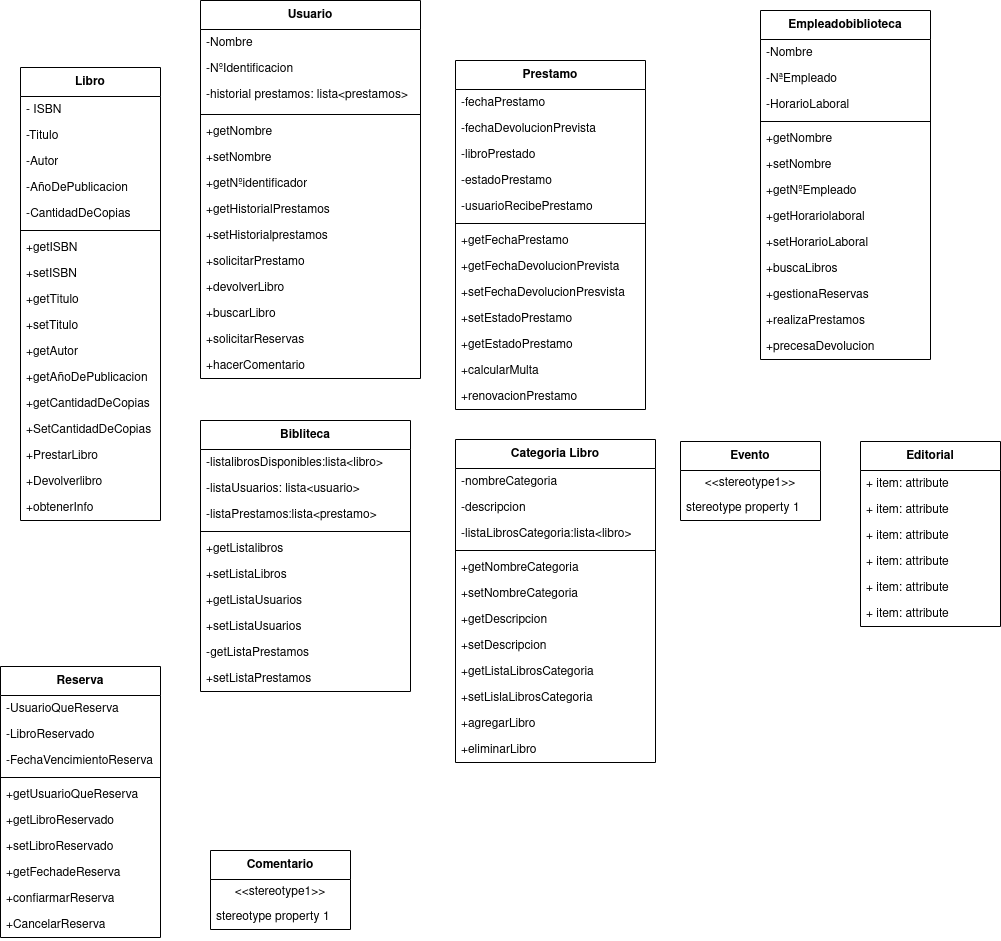
Earlier version of the draw.io export practicas/DiagramaDeClasesProyecto.png (adogonz23/programacion). Source tidied: cells renumbered, new cells last; positions are measured from the earlier drawing's top-left corner, leaving out a move shared by most shapes.
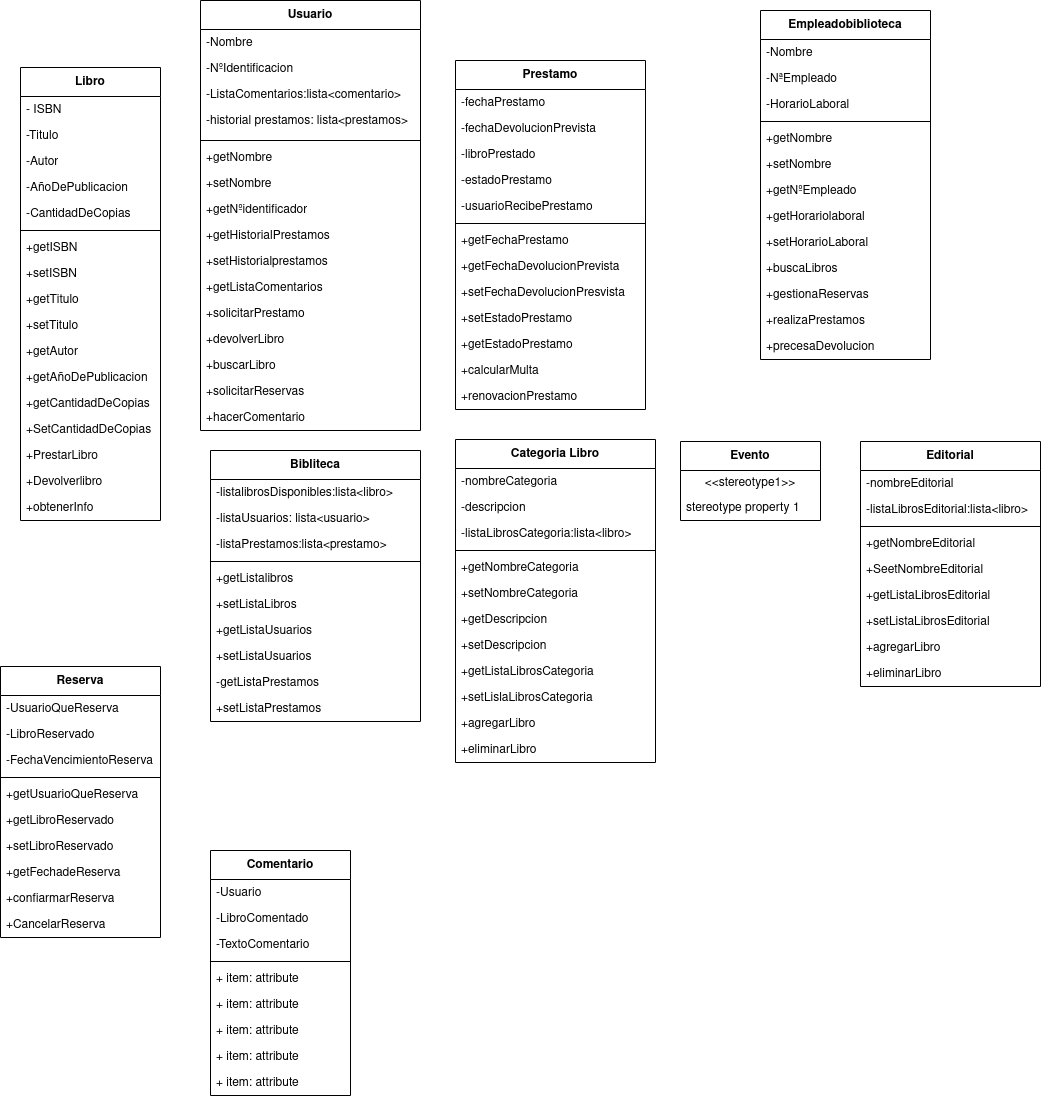
Later version of the same file.

What changed in the source:
```diff
@@ -3,7 +3,7 @@
     <mxCell id="0" />
     <mxCell id="1" parent="0" />
     <mxCell id="2" value="Bibliteca" style="swimlane;fontStyle=1;align=center;verticalAlign=middle;horizontal=1;startSize=29;html=1;whiteSpace=wrap;" parent="1" vertex="1">
-      <mxGeometry x="200" y="420" width="210" height="271" as="geometry" />
+      <mxGeometry x="210" y="450" width="210" height="271" as="geometry" />
     </mxCell>
     <mxCell id="3" value="-listalibrosDisponibles:lista&amp;lt;libro&amp;gt;" style="text;strokeColor=none;fillColor=none;align=left;verticalAlign=top;spacingLeft=4;spacingRight=4;overflow=hidden;whiteSpace=wrap;html=1;" parent="2" vertex="1">
       <mxGeometry y="29" width="210" height="26" as="geometry" />
@@ -78,7 +78,7 @@
       <mxGeometry y="323" width="190" height="26" as="geometry" />
     </mxCell>
     <mxCell id="27" value="Usuario" style="swimlane;fontStyle=1;align=center;verticalAlign=middle;horizontal=1;startSize=29;html=1;whiteSpace=wrap;" parent="1" vertex="1">
-      <mxGeometry x="200" width="220" height="378" as="geometry" />
+      <mxGeometry x="200" width="220" height="430" as="geometry" />
     </mxCell>
     <mxCell id="28" value="-Nombre" style="text;strokeColor=none;fillColor=none;align=left;verticalAlign=top;spacingLeft=4;spacingRight=4;overflow=hidden;whiteSpace=wrap;html=1;" parent="27" vertex="1">
       <mxGeometry y="29" width="220" height="26" as="geometry" />
@@ -86,41 +86,47 @@
     <mxCell id="29" value="-NºIdentificacion" style="text;strokeColor=none;fillColor=none;align=left;verticalAlign=top;spacingLeft=4;spacingRight=4;overflow=hidden;whiteSpace=wrap;html=1;" parent="27" vertex="1">
       <mxGeometry y="55" width="220" height="26" as="geometry" />
     </mxCell>
+    <mxCell id="111" value="-ListaComentarios:lista&amp;lt;comentario&amp;gt;" style="text;strokeColor=none;fillColor=none;align=left;verticalAlign=top;spacingLeft=4;spacingRight=4;overflow=hidden;whiteSpace=wrap;html=1;" parent="27" vertex="1">
+      <mxGeometry y="81" width="220" height="26" as="geometry" />
+    </mxCell>
     <mxCell id="30" value="-historial prestamos: lista&amp;lt;prestamos&amp;gt;" style="text;strokeColor=none;fillColor=none;align=left;verticalAlign=top;spacingLeft=4;spacingRight=4;overflow=hidden;whiteSpace=wrap;html=1;" parent="27" vertex="1">
-      <mxGeometry y="81" width="220" height="29" as="geometry" />
+      <mxGeometry y="107" width="220" height="29" as="geometry" />
     </mxCell>
     <mxCell id="31" style="line;strokeWidth=1;fillColor=none;align=left;verticalAlign=middle;spacingTop=-1;spacingLeft=3;spacingRight=3;labelPosition=right;strokeColor=inherit;" parent="27" vertex="1">
-      <mxGeometry y="110" width="220" height="8" as="geometry" />
+      <mxGeometry y="136" width="220" height="8" as="geometry" />
     </mxCell>
     <mxCell id="32" value="+getNombre" style="text;strokeColor=none;fillColor=none;align=left;verticalAlign=top;spacingLeft=4;spacingRight=4;overflow=hidden;whiteSpace=wrap;html=1;" parent="27" vertex="1">
-      <mxGeometry y="118" width="220" height="26" as="geometry" />
+      <mxGeometry y="144" width="220" height="26" as="geometry" />
     </mxCell>
     <mxCell id="33" value="+setNombre" style="text;strokeColor=none;fillColor=none;align=left;verticalAlign=top;spacingLeft=4;spacingRight=4;overflow=hidden;whiteSpace=wrap;html=1;" parent="27" vertex="1">
-      <mxGeometry y="144" width="220" height="26" as="geometry" />
+      <mxGeometry y="170" width="220" height="26" as="geometry" />
     </mxCell>
     <mxCell id="34" value="+getNºidentificador" style="text;strokeColor=none;fillColor=none;align=left;verticalAlign=top;spacingLeft=4;spacingRight=4;overflow=hidden;whiteSpace=wrap;html=1;" parent="27" vertex="1">
-      <mxGeometry y="170" width="220" height="26" as="geometry" />
+      <mxGeometry y="196" width="220" height="26" as="geometry" />
     </mxCell>
     <mxCell id="35" value="+getHistorialPrestamos" style="text;strokeColor=none;fillColor=none;align=left;verticalAlign=top;spacingLeft=4;spacingRight=4;overflow=hidden;whiteSpace=wrap;html=1;" parent="27" vertex="1">
-      <mxGeometry y="196" width="220" height="26" as="geometry" />
+      <mxGeometry y="222" width="220" height="26" as="geometry" />
     </mxCell>
     <mxCell id="36" value="+setHistorialprestamos" style="text;strokeColor=none;fillColor=none;align=left;verticalAlign=top;spacingLeft=4;spacingRight=4;overflow=hidden;whiteSpace=wrap;html=1;" parent="27" vertex="1">
-      <mxGeometry y="222" width="220" height="26" as="geometry" />
+      <mxGeometry y="248" width="220" height="26" as="geometry" />
     </mxCell>
+    <mxCell id="112" value="+getListaComentarios" style="text;strokeColor=none;fillColor=none;align=left;verticalAlign=top;spacingLeft=4;spacingRight=4;overflow=hidden;whiteSpace=wrap;html=1;" parent="27" vertex="1">
+      <mxGeometry y="274" width="220" height="26" as="geometry" />
+    </mxCell>
     <mxCell id="37" value="+solicitarPrestamo" style="text;strokeColor=none;fillColor=none;align=left;verticalAlign=top;spacingLeft=4;spacingRight=4;overflow=hidden;whiteSpace=wrap;html=1;" parent="27" vertex="1">
-      <mxGeometry y="248" width="220" height="26" as="geometry" />
+      <mxGeometry y="300" width="220" height="26" as="geometry" />
     </mxCell>
     <mxCell id="38" value="+devolverLibro" style="text;strokeColor=none;fillColor=none;align=left;verticalAlign=top;spacingLeft=4;spacingRight=4;overflow=hidden;whiteSpace=wrap;html=1;" parent="27" vertex="1">
-      <mxGeometry y="274" width="220" height="26" as="geometry" />
+      <mxGeometry y="326" width="220" height="26" as="geometry" />
     </mxCell>
     <mxCell id="39" value="+buscarLibro" style="text;strokeColor=none;fillColor=none;align=left;verticalAlign=top;spacingLeft=4;spacingRight=4;overflow=hidden;whiteSpace=wrap;html=1;" parent="27" vertex="1">
-      <mxGeometry y="300" width="220" height="26" as="geometry" />
+      <mxGeometry y="352" width="220" height="26" as="geometry" />
     </mxCell>
     <mxCell id="40" value="+solicitarReservas" style="text;strokeColor=none;fillColor=none;align=left;verticalAlign=top;spacingLeft=4;spacingRight=4;overflow=hidden;whiteSpace=wrap;html=1;" parent="27" vertex="1">
-      <mxGeometry y="326" width="220" height="26" as="geometry" />
+      <mxGeometry y="378" width="220" height="26" as="geometry" />
     </mxCell>
     <mxCell id="41" value="+hacerComentario" style="text;strokeColor=none;fillColor=none;align=left;verticalAlign=top;spacingLeft=4;spacingRight=4;overflow=hidden;whiteSpace=wrap;html=1;" parent="27" vertex="1">
-      <mxGeometry y="352" width="220" height="26" as="geometry" />
+      <mxGeometry y="404" width="220" height="26" as="geometry" />
     </mxCell>
     <mxCell id="42" value="Libro" style="swimlane;fontStyle=1;align=center;verticalAlign=middle;horizontal=1;startSize=29;html=1;whiteSpace=wrap;" parent="1" vertex="1">
       <mxGeometry x="20" y="67" width="140" height="453" as="geometry" />
@@ -210,14 +216,35 @@
       <mxGeometry y="245" width="160" height="26" as="geometry" />
     </mxCell>
     <mxCell id="71" value="Comentario" style="swimlane;fontStyle=1;align=center;verticalAlign=middle;horizontal=1;startSize=29;html=1;whiteSpace=wrap;" parent="1" vertex="1">
-      <mxGeometry x="210" y="850" width="140" height="79" as="geometry" />
+      <mxGeometry x="210" y="850" width="140" height="245" as="geometry" />
     </mxCell>
-    <mxCell id="72" value="&amp;lt;&amp;lt;stereotype1&amp;gt;&amp;gt;" style="text;html=1;strokeColor=none;fillColor=none;align=center;verticalAlign=middle;spacingLeft=4;spacingRight=4;overflow=hidden;whiteSpace=wrap;" parent="71" vertex="1">
-      <mxGeometry y="29" width="140" height="25" as="geometry" />
-    </mxCell>
-    <mxCell id="73" value="stereotype property 1" style="text;html=1;strokeColor=none;fillColor=none;align=left;verticalAlign=middle;spacingLeft=4;spacingRight=4;overflow=hidden;whiteSpace=wrap;" parent="71" vertex="1">
-      <mxGeometry y="54" width="140" height="25" as="geometry" />
-    </mxCell>
+    <mxCell id="113" value="-Usuario" style="text;strokeColor=none;fillColor=none;align=left;verticalAlign=top;spacingLeft=4;spacingRight=4;overflow=hidden;whiteSpace=wrap;html=1;" parent="71" vertex="1">
+      <mxGeometry y="29" width="140" height="26" as="geometry" />
+    </mxCell>
+    <mxCell id="114" value="-LibroComentado" style="text;strokeColor=none;fillColor=none;align=left;verticalAlign=top;spacingLeft=4;spacingRight=4;overflow=hidden;whiteSpace=wrap;html=1;" parent="71" vertex="1">
+      <mxGeometry y="55" width="140" height="26" as="geometry" />
+    </mxCell>
+    <mxCell id="115" value="-TextoComentario" style="text;strokeColor=none;fillColor=none;align=left;verticalAlign=top;spacingLeft=4;spacingRight=4;overflow=hidden;whiteSpace=wrap;html=1;" parent="71" vertex="1">
+      <mxGeometry y="81" width="140" height="26" as="geometry" />
+    </mxCell>
+    <mxCell id="116" style="line;strokeWidth=1;fillColor=none;align=left;verticalAlign=middle;spacingTop=-1;spacingLeft=3;spacingRight=3;labelPosition=right;strokeColor=inherit;" parent="71" vertex="1">
+      <mxGeometry y="107" width="140" height="8" as="geometry" />
+    </mxCell>
+    <mxCell id="117" value="+ item: attribute" style="text;strokeColor=none;fillColor=none;align=left;verticalAlign=top;spacingLeft=4;spacingRight=4;overflow=hidden;whiteSpace=wrap;html=1;" parent="71" vertex="1">
+      <mxGeometry y="115" width="140" height="26" as="geometry" />
+    </mxCell>
+    <mxCell id="118" value="+ item: attribute" style="text;strokeColor=none;fillColor=none;align=left;verticalAlign=top;spacingLeft=4;spacingRight=4;overflow=hidden;whiteSpace=wrap;html=1;" parent="71" vertex="1">
+      <mxGeometry y="141" width="140" height="26" as="geometry" />
+    </mxCell>
+    <mxCell id="119" value="+ item: attribute" style="text;strokeColor=none;fillColor=none;align=left;verticalAlign=top;spacingLeft=4;spacingRight=4;overflow=hidden;whiteSpace=wrap;html=1;" parent="71" vertex="1">
+      <mxGeometry y="167" width="140" height="26" as="geometry" />
+    </mxCell>
+    <mxCell id="120" value="+ item: attribute" style="text;strokeColor=none;fillColor=none;align=left;verticalAlign=top;spacingLeft=4;spacingRight=4;overflow=hidden;whiteSpace=wrap;html=1;" parent="71" vertex="1">
+      <mxGeometry y="193" width="140" height="26" as="geometry" />
+    </mxCell>
+    <mxCell id="121" value="+ item: attribute" style="text;strokeColor=none;fillColor=none;align=left;verticalAlign=top;spacingLeft=4;spacingRight=4;overflow=hidden;whiteSpace=wrap;html=1;" parent="71" vertex="1">
+      <mxGeometry y="219" width="140" height="26" as="geometry" />
+    </mxCell>
     <mxCell id="74" value="Evento" style="swimlane;fontStyle=1;align=center;verticalAlign=middle;horizontal=1;startSize=29;html=1;whiteSpace=wrap;" parent="1" vertex="1">
       <mxGeometry x="680" y="441" width="140" height="79" as="geometry" />
     </mxCell>
@@ -228,26 +255,35 @@
       <mxGeometry y="54" width="140" height="25" as="geometry" />
     </mxCell>
     <mxCell id="77" value="Editorial" style="swimlane;fontStyle=1;align=center;verticalAlign=middle;horizontal=1;startSize=29;html=1;whiteSpace=wrap;" parent="1" vertex="1">
-      <mxGeometry x="860" y="441" width="140" height="185" as="geometry" />
+      <mxGeometry x="860" y="441" width="180" height="245" as="geometry" />
     </mxCell>
-    <mxCell id="78" value="+ item: attribute" style="text;strokeColor=none;fillColor=none;align=left;verticalAlign=top;spacingLeft=4;spacingRight=4;overflow=hidden;whiteSpace=wrap;html=1;" parent="77" vertex="1">
-      <mxGeometry y="29" width="140" height="26" as="geometry" />
+    <mxCell id="78" value="-nombreEditorial" style="text;strokeColor=none;fillColor=none;align=left;verticalAlign=top;spacingLeft=4;spacingRight=4;overflow=hidden;whiteSpace=wrap;html=1;" parent="77" vertex="1">
+      <mxGeometry y="29" width="180" height="26" as="geometry" />
     </mxCell>
-    <mxCell id="79" value="+ item: attribute" style="text;strokeColor=none;fillColor=none;align=left;verticalAlign=top;spacingLeft=4;spacingRight=4;overflow=hidden;whiteSpace=wrap;html=1;" parent="77" vertex="1">
-      <mxGeometry y="55" width="140" height="26" as="geometry" />
+    <mxCell id="79" value="-listaLibrosEditorial:lista&amp;lt;libro&amp;gt;" style="text;strokeColor=none;fillColor=none;align=left;verticalAlign=top;spacingLeft=4;spacingRight=4;overflow=hidden;whiteSpace=wrap;html=1;" parent="77" vertex="1">
+      <mxGeometry y="55" width="180" height="26" as="geometry" />
     </mxCell>
+    <mxCell id="122" style="line;strokeWidth=1;fillColor=none;align=left;verticalAlign=middle;spacingTop=-1;spacingLeft=3;spacingRight=3;labelPosition=right;strokeColor=inherit;" parent="77" vertex="1">
+      <mxGeometry y="81" width="180" height="8" as="geometry" />
+    </mxCell>
-    <mxCell id="80" value="+ item: attribute" style="text;strokeColor=none;fillColor=none;align=left;verticalAlign=top;spacingLeft=4;spacingRight=4;overflow=hidden;whiteSpace=wrap;html=1;" parent="77" vertex="1">
-      <mxGeometry y="81" width="140" height="26" as="geometry" />
+    <mxCell id="80" value="+getNombreEditorial" style="text;strokeColor=none;fillColor=none;align=left;verticalAlign=top;spacingLeft=4;spacingRight=4;overflow=hidden;whiteSpace=wrap;html=1;" parent="77" vertex="1">
+      <mxGeometry y="89" width="180" height="26" as="geometry" />
     </mxCell>
-    <mxCell id="81" value="+ item: attribute" style="text;strokeColor=none;fillColor=none;align=left;verticalAlign=top;spacingLeft=4;spacingRight=4;overflow=hidden;whiteSpace=wrap;html=1;" parent="77" vertex="1">
-      <mxGeometry y="107" width="140" height="26" as="geometry" />
+    <mxCell id="81" value="+SeetNombreEditorial" style="text;strokeColor=none;fillColor=none;align=left;verticalAlign=top;spacingLeft=4;spacingRight=4;overflow=hidden;whiteSpace=wrap;html=1;" parent="77" vertex="1">
+      <mxGeometry y="115" width="180" height="26" as="geometry" />
     </mxCell>
-    <mxCell id="82" value="+ item: attribute" style="text;strokeColor=none;fillColor=none;align=left;verticalAlign=top;spacingLeft=4;spacingRight=4;overflow=hidden;whiteSpace=wrap;html=1;" parent="77" vertex="1">
-      <mxGeometry y="133" width="140" height="26" as="geometry" />
+    <mxCell id="82" value="+getListaLibrosEditorial" style="text;strokeColor=none;fillColor=none;align=left;verticalAlign=top;spacingLeft=4;spacingRight=4;overflow=hidden;whiteSpace=wrap;html=1;" parent="77" vertex="1">
+      <mxGeometry y="141" width="180" height="26" as="geometry" />
     </mxCell>
-    <mxCell id="83" value="+ item: attribute" style="text;strokeColor=none;fillColor=none;align=left;verticalAlign=top;spacingLeft=4;spacingRight=4;overflow=hidden;whiteSpace=wrap;html=1;" parent="77" vertex="1">
-      <mxGeometry y="159" width="140" height="26" as="geometry" />
+    <mxCell id="83" value="+setListaLibrosEditorial" style="text;strokeColor=none;fillColor=none;align=left;verticalAlign=top;spacingLeft=4;spacingRight=4;overflow=hidden;whiteSpace=wrap;html=1;" parent="77" vertex="1">
+      <mxGeometry y="167" width="180" height="26" as="geometry" />
     </mxCell>
+    <mxCell id="123" value="+agregarLibro" style="text;strokeColor=none;fillColor=none;align=left;verticalAlign=top;spacingLeft=4;spacingRight=4;overflow=hidden;whiteSpace=wrap;html=1;" parent="77" vertex="1">
+      <mxGeometry y="193" width="180" height="26" as="geometry" />
+    </mxCell>
+    <mxCell id="124" value="+eliminarLibro" style="text;strokeColor=none;fillColor=none;align=left;verticalAlign=top;spacingLeft=4;spacingRight=4;overflow=hidden;whiteSpace=wrap;html=1;" parent="77" vertex="1">
+      <mxGeometry y="219" width="180" height="26" as="geometry" />
+    </mxCell>
     <mxCell id="84" value="Empleadobiblioteca" style="swimlane;fontStyle=1;align=center;verticalAlign=middle;horizontal=1;startSize=29;html=1;whiteSpace=wrap;" parent="1" vertex="1">
       <mxGeometry x="760" y="10" width="170" height="349" as="geometry" />
     </mxCell>
```
